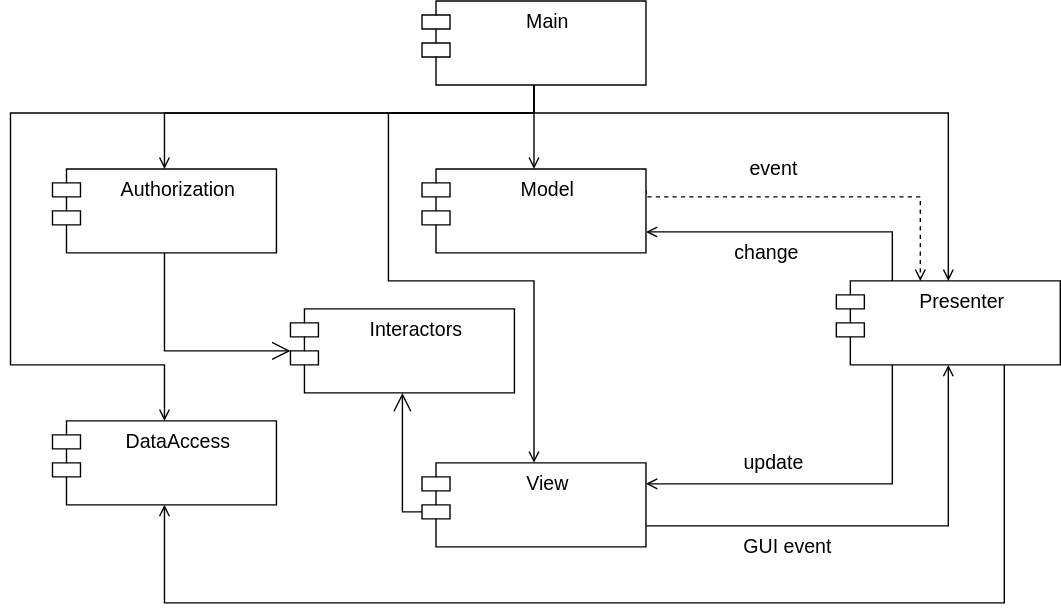
Earlier version of the draw.io export images/components.svg (leontartykov/Terrain). Source tidied: cells renumbered, new cells last; positions are measured from the earlier drawing's top-left corner, leaving out a move shared by most shapes.
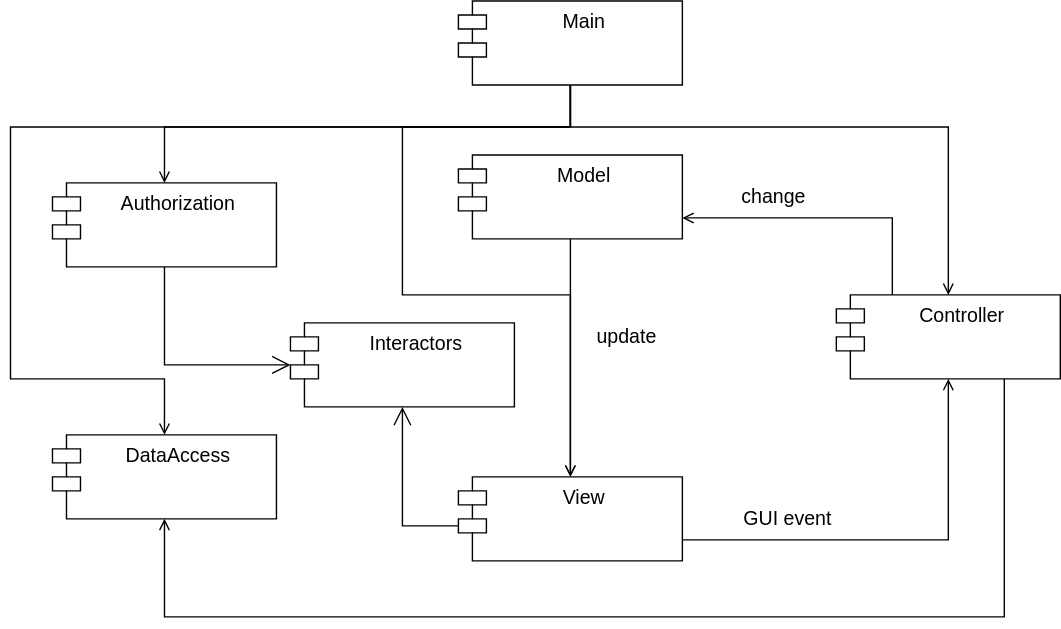
Later version of the same file.

Change to the diagram source:
```diff
@@ -2,116 +2,102 @@
   <root>
     <mxCell id="0" />
     <mxCell id="1" parent="0" />
-    <mxCell id="2" style="edgeStyle=orthogonalEdgeStyle;rounded=0;jettySize=auto;html=1;exitX=0.5;exitY=1;exitDx=0;exitDy=0;entryX=0.5;entryY=0;entryDx=0;entryDy=0;fontSize=14;startArrow=none;startFill=0;endArrow=open;endFill=0;" parent="1" edge="1" source="7" target="9">
+    <mxCell id="2" style="edgeStyle=orthogonalEdgeStyle;rounded=0;jettySize=auto;html=1;exitX=0.5;exitY=1;exitDx=0;exitDy=0;entryX=0.5;entryY=0;entryDx=0;entryDy=0;fontSize=14;startArrow=none;startFill=0;endArrow=open;endFill=0;" parent="1" edge="1" source="6" target="8">
       <mxGeometry relative="1" as="geometry">
         <Array as="points">
-          <mxPoint x="374" y="80" />
+          <mxPoint x="400" y="80" />
           <mxPoint x="110" y="80" />
         </Array>
       </mxGeometry>
     </mxCell>
-    <mxCell id="3" style="edgeStyle=orthogonalEdgeStyle;rounded=0;jettySize=auto;html=1;exitX=0.5;exitY=1;exitDx=0;exitDy=0;entryX=0.5;entryY=0;entryDx=0;entryDy=0;fontSize=14;startArrow=none;startFill=0;endArrow=open;endFill=0;" parent="1" edge="1" source="7" target="11">
+    <mxCell id="3" style="edgeStyle=orthogonalEdgeStyle;rounded=0;jettySize=auto;html=1;exitX=0.5;exitY=1;exitDx=0;exitDy=0;entryX=0.5;entryY=0;entryDx=0;entryDy=0;fontSize=14;startArrow=none;startFill=0;endArrow=open;endFill=0;" parent="1" edge="1" source="6" target="10">
       <mxGeometry relative="1" as="geometry">
         <Array as="points">
-          <mxPoint x="374" y="80" />
+          <mxPoint x="400" y="80" />
           <mxPoint y="80" />
           <mxPoint y="260" />
           <mxPoint x="110" y="260" />
         </Array>
       </mxGeometry>
     </mxCell>
-    <mxCell id="4" style="edgeStyle=orthogonalEdgeStyle;rounded=0;jettySize=auto;html=1;exitX=0.5;exitY=1;exitDx=0;exitDy=0;entryX=0.5;entryY=0;entryDx=0;entryDy=0;fontSize=14;startArrow=none;startFill=0;endArrow=open;endFill=0;" parent="1" edge="1" source="7" target="19">
+    <mxCell id="4" style="edgeStyle=orthogonalEdgeStyle;rounded=0;jettySize=auto;html=1;exitX=0.5;exitY=1;exitDx=0;exitDy=0;entryX=0.5;entryY=0;entryDx=0;entryDy=0;fontSize=14;startArrow=none;startFill=0;endArrow=open;endFill=0;" parent="1" edge="1" source="6" target="17">
       <mxGeometry relative="1" as="geometry">
         <Array as="points">
-          <mxPoint x="374" y="80" />
+          <mxPoint x="400" y="80" />
           <mxPoint x="670" y="80" />
         </Array>
       </mxGeometry>
     </mxCell>
-    <mxCell id="5" style="edgeStyle=orthogonalEdgeStyle;rounded=0;jettySize=auto;html=1;entryX=0.5;entryY=0;entryDx=0;entryDy=0;endArrow=open;endFill=0;" parent="1" edge="1" source="7" target="14">
-      <mxGeometry relative="1" as="geometry" />
+    <mxCell id="5" style="edgeStyle=orthogonalEdgeStyle;rounded=0;jettySize=auto;html=1;entryX=0.5;entryY=0;entryDx=0;entryDy=0;endArrow=open;endFill=0;" parent="1" edge="1" source="6" target="16">
+      <mxGeometry relative="1" as="geometry">
+        <Array as="points">
+          <mxPoint x="400" y="80" />
+          <mxPoint x="280" y="80" />
+          <mxPoint x="280" y="200" />
+          <mxPoint x="400" y="200" />
+        </Array>
+      </mxGeometry>
     </mxCell>
-    <mxCell id="6" style="edgeStyle=orthogonalEdgeStyle;rounded=0;jettySize=auto;html=1;exitX=0.5;exitY=1;exitDx=0;exitDy=0;entryX=0.5;entryY=0;entryDx=0;entryDy=0;endArrow=open;endFill=0;" parent="1" edge="1" source="7" target="17">
-      <mxGeometry relative="1" as="geometry">
-        <Array as="points">
-          <mxPoint x="374" y="80" />
-          <mxPoint x="270" y="80" />
-          <mxPoint x="270" y="200" />
-          <mxPoint x="374" y="200" />
-        </Array>
-      </mxGeometry>
+    <mxCell id="6" value="Main" style="shape=module;align=left;spacingLeft=20;align=center;verticalAlign=top;fontSize=14;" parent="1" vertex="1">
+      <mxGeometry x="320" y="-10" width="160" height="60" as="geometry" />
     </mxCell>
-    <mxCell id="7" value="Main" style="shape=module;align=left;spacingLeft=20;align=center;verticalAlign=top;fontSize=14;" parent="1" vertex="1">
-      <mxGeometry x="294" width="160" height="60" as="geometry" />
+    <mxCell id="7" style="edgeStyle=orthogonalEdgeStyle;rounded=0;jettySize=auto;html=1;startArrow=none;startFill=0;endArrow=open;endFill=0;startSize=20;endSize=11;sourcePerimeterSpacing=0;targetPerimeterSpacing=0;" parent="1" edge="1" source="8" target="21">
+      <mxGeometry relative="1" as="geometry">
+        <Array as="points">
+          <mxPoint x="110" y="250" />
+        </Array>
+      </mxGeometry>
     </mxCell>
-    <mxCell id="8" style="edgeStyle=orthogonalEdgeStyle;rounded=0;jettySize=auto;html=1;startArrow=none;startFill=0;endArrow=open;endFill=0;startSize=20;endSize=11;sourcePerimeterSpacing=0;targetPerimeterSpacing=0;" parent="1" edge="1" source="9" target="24">
-      <mxGeometry relative="1" as="geometry">
-        <Array as="points">
-          <mxPoint x="110" y="250" />
-        </Array>
-      </mxGeometry>
+    <mxCell id="8" value="Authorization" style="shape=module;align=left;spacingLeft=20;align=center;verticalAlign=top;fontSize=14;" parent="1" vertex="1">
+      <mxGeometry x="30" y="120" width="160" height="60" as="geometry" />
     </mxCell>
-    <mxCell id="9" value="Authorization" style="shape=module;align=left;spacingLeft=20;align=center;verticalAlign=top;fontSize=14;" parent="1" vertex="1">
-      <mxGeometry x="30" y="120" width="160" height="60" as="geometry" />
+    <mxCell id="9" style="edgeStyle=orthogonalEdgeStyle;rounded=0;jettySize=auto;html=1;exitX=0.5;exitY=1;exitDx=0;exitDy=0;entryX=0.75;entryY=1;entryDx=0;entryDy=0;fontSize=14;startArrow=open;startFill=0;endArrow=none;endFill=0;" parent="1" edge="1" source="10" target="17">
+      <mxGeometry relative="1" as="geometry">
+        <Array as="points">
+          <mxPoint x="110" y="430" />
+          <mxPoint x="710" y="430" />
+        </Array>
+      </mxGeometry>
     </mxCell>
-    <mxCell id="10" style="edgeStyle=orthogonalEdgeStyle;rounded=0;jettySize=auto;html=1;exitX=0.5;exitY=1;exitDx=0;exitDy=0;entryX=0.75;entryY=1;entryDx=0;entryDy=0;fontSize=14;startArrow=open;startFill=0;endArrow=none;endFill=0;" parent="1" edge="1" source="11" target="19">
-      <mxGeometry relative="1" as="geometry">
-        <Array as="points">
-          <mxPoint x="110" y="430" />
-          <mxPoint x="710" y="430" />
-        </Array>
-      </mxGeometry>
+    <mxCell id="10" value="DataAccess" style="shape=module;align=left;spacingLeft=20;align=center;verticalAlign=top;fontSize=14;" parent="1" vertex="1">
+      <mxGeometry x="30" y="300" width="160" height="60" as="geometry" />
     </mxCell>
-    <mxCell id="11" value="DataAccess" style="shape=module;align=left;spacingLeft=20;align=center;verticalAlign=top;fontSize=14;" parent="1" vertex="1">
-      <mxGeometry x="30" y="300" width="160" height="60" as="geometry" />
+    <mxCell id="11" style="edgeStyle=orthogonalEdgeStyle;rounded=0;jettySize=auto;html=1;exitX=1;exitY=0.75;exitDx=0;exitDy=0;entryX=0.25;entryY=0;entryDx=0;entryDy=0;fontSize=14;endArrow=none;endFill=0;startArrow=open;startFill=0;" parent="1" edge="1" source="13" target="17">
+      <mxGeometry relative="1" as="geometry" />
     </mxCell>
-    <mxCell id="12" style="edgeStyle=orthogonalEdgeStyle;rounded=0;jettySize=auto;html=1;exitX=1;exitY=0.25;exitDx=0;exitDy=0;fontSize=14;endArrow=open;endFill=0;dashed=1;" parent="1" edge="1" source="14" target="19">
-      <mxGeometry relative="1" as="geometry">
-        <Array as="points">
-          <mxPoint x="454" y="140" />
-          <mxPoint x="650" y="140" />
-        </Array>
-      </mxGeometry>
+    <mxCell id="12" style="edgeStyle=orthogonalEdgeStyle;rounded=0;jettySize=auto;html=1;entryX=0.5;entryY=0;entryDx=0;entryDy=0;endArrow=open;endFill=0;" parent="1" edge="1" source="13" target="16">
+      <mxGeometry relative="1" as="geometry" />
     </mxCell>
-    <mxCell id="13" style="edgeStyle=orthogonalEdgeStyle;rounded=0;jettySize=auto;html=1;exitX=1;exitY=0.75;exitDx=0;exitDy=0;entryX=0.25;entryY=0;entryDx=0;entryDy=0;fontSize=14;endArrow=none;endFill=0;startArrow=open;startFill=0;" parent="1" edge="1" source="14" target="19">
-      <mxGeometry relative="1" as="geometry" />
+    <mxCell id="13" value="Model" style="shape=module;align=left;spacingLeft=20;align=center;verticalAlign=top;fontSize=14;" parent="1" vertex="1">
+      <mxGeometry x="320" y="100" width="160" height="60" as="geometry" />
     </mxCell>
-    <mxCell id="14" value="Model" style="shape=module;align=left;spacingLeft=20;align=center;verticalAlign=top;fontSize=14;" parent="1" vertex="1">
-      <mxGeometry x="294" y="120" width="160" height="60" as="geometry" />
+    <mxCell id="14" style="edgeStyle=orthogonalEdgeStyle;rounded=0;jettySize=auto;html=1;exitX=1;exitY=0.75;exitDx=0;exitDy=0;endArrow=open;endFill=0;" parent="1" edge="1" source="16" target="17">
+      <mxGeometry relative="1" as="geometry" />
     </mxCell>
-    <mxCell id="15" style="edgeStyle=orthogonalEdgeStyle;rounded=0;jettySize=auto;html=1;exitX=1;exitY=0.75;exitDx=0;exitDy=0;endArrow=open;endFill=0;" parent="1" edge="1" source="17" target="19">
-      <mxGeometry relative="1" as="geometry" />
+    <mxCell id="15" style="edgeStyle=orthogonalEdgeStyle;rounded=0;jettySize=auto;html=1;exitX=0;exitY=0;exitDx=0;exitDy=35;exitPerimeter=0;entryX=0.5;entryY=1;entryDx=0;entryDy=0;startArrow=none;startFill=0;endArrow=open;endFill=0;startSize=20;endSize=11;sourcePerimeterSpacing=0;targetPerimeterSpacing=0;" parent="1" edge="1" source="16" target="21">
+      <mxGeometry relative="1" as="geometry">
+        <Array as="points">
+          <mxPoint x="280" y="365" />
+        </Array>
+      </mxGeometry>
     </mxCell>
-    <mxCell id="16" style="edgeStyle=orthogonalEdgeStyle;rounded=0;jettySize=auto;html=1;exitX=0;exitY=0;exitDx=0;exitDy=35;exitPerimeter=0;entryX=0.5;entryY=1;entryDx=0;entryDy=0;startArrow=none;startFill=0;endArrow=open;endFill=0;startSize=20;endSize=11;sourcePerimeterSpacing=0;targetPerimeterSpacing=0;" parent="1" edge="1" source="17" target="24">
-      <mxGeometry relative="1" as="geometry">
-        <Array as="points">
-          <mxPoint x="280" y="365" />
-        </Array>
-      </mxGeometry>
+    <mxCell id="16" value="View" style="shape=module;align=left;spacingLeft=20;align=center;verticalAlign=top;fontSize=14;" parent="1" vertex="1">
+      <mxGeometry x="320" y="330" width="160" height="60" as="geometry" />
     </mxCell>
-    <mxCell id="17" value="View" style="shape=module;align=left;spacingLeft=20;align=center;verticalAlign=top;fontSize=14;" parent="1" vertex="1">
-      <mxGeometry x="294" y="330" width="160" height="60" as="geometry" />
+    <mxCell id="17" value="Controller" style="shape=module;align=left;spacingLeft=20;align=center;verticalAlign=top;fontSize=14;" parent="1" vertex="1">
+      <mxGeometry x="590" y="200" width="160" height="60" as="geometry" />
     </mxCell>
-    <mxCell id="18" style="edgeStyle=orthogonalEdgeStyle;rounded=0;jettySize=auto;html=1;exitX=0.25;exitY=1;exitDx=0;exitDy=0;entryX=1;entryY=0.25;entryDx=0;entryDy=0;endArrow=open;endFill=0;" parent="1" edge="1" source="19" target="17">
-      <mxGeometry relative="1" as="geometry" />
+    <mxCell id="18" value="&lt;font style=&quot;font-size: 14px&quot;&gt;GUI event&lt;/font&gt;" style="text;html=1;align=center;verticalAlign=middle;strokeColor=none;fillColor=none;" parent="1" vertex="1">
+      <mxGeometry x="515" y="350" width="80" height="20" as="geometry" />
     </mxCell>
-    <mxCell id="19" value="Presenter" style="shape=module;align=left;spacingLeft=20;align=center;verticalAlign=top;fontSize=14;" parent="1" vertex="1">
-      <mxGeometry x="590" y="200" width="160" height="60" as="geometry" />
+    <mxCell id="19" value="update" style="text;html=1;align=center;verticalAlign=middle;points=[];strokeColor=none;fillColor=none;fontSize=14;" parent="1" vertex="1">
+      <mxGeometry x="410" y="220" width="60" height="20" as="geometry" />
     </mxCell>
-    <mxCell id="20" value="&lt;font style=&quot;font-size: 14px&quot;&gt;GUI event&lt;/font&gt;" style="text;html=1;align=center;verticalAlign=middle;strokeColor=none;fillColor=none;" parent="1" vertex="1">
-      <mxGeometry x="515" y="380" width="80" height="20" as="geometry" />
+    <mxCell id="20" value="change" style="text;html=1;align=center;verticalAlign=middle;strokeColor=none;fillColor=none;fontSize=14;" parent="1" vertex="1">
+      <mxGeometry x="515" y="120" width="60" height="20" as="geometry" />
     </mxCell>
-    <mxCell id="21" value="update" style="text;html=1;align=center;verticalAlign=middle;points=[];strokeColor=none;fillColor=none;fontSize=14;" parent="1" vertex="1">
-      <mxGeometry x="515" y="320" width="60" height="20" as="geometry" />
+    <mxCell id="21" value="Interactors" style="shape=module;align=left;spacingLeft=20;align=center;verticalAlign=top;fontSize=14;" parent="1" vertex="1">
+      <mxGeometry x="200" y="220" width="160" height="60" as="geometry" />
     </mxCell>
-    <mxCell id="22" value="event" style="text;html=1;align=center;verticalAlign=middle;strokeColor=none;fillColor=none;fontSize=14;" parent="1" vertex="1">
-      <mxGeometry x="520" y="110" width="50" height="20" as="geometry" />
-    </mxCell>
-    <mxCell id="23" value="change" style="text;html=1;align=center;verticalAlign=middle;strokeColor=none;fillColor=none;fontSize=14;" parent="1" vertex="1">
-      <mxGeometry x="510" y="170" width="60" height="20" as="geometry" />
-    </mxCell>
-    <mxCell id="24" value="Interactors" style="shape=module;align=left;spacingLeft=20;align=center;verticalAlign=top;fontSize=14;" parent="1" vertex="1">
-      <mxGeometry x="200" y="220" width="160" height="60" as="geometry" />
-    </mxCell>
   </root>
 </mxGraphModel>
```
